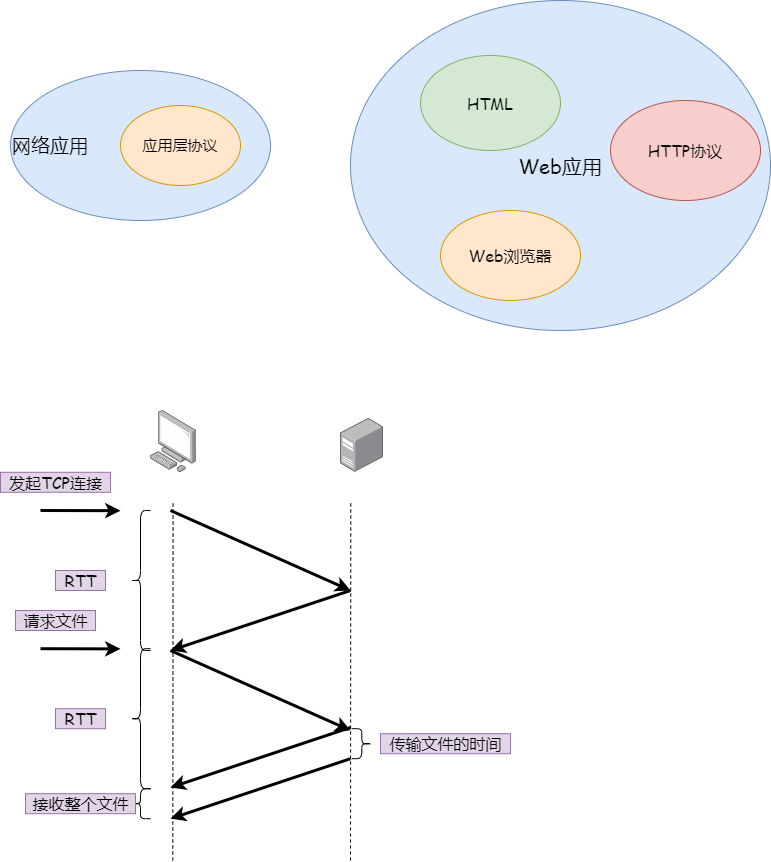
The draw.io diagram computer_network/应用层1.png in suchuhong/knowledgeImage, before a commit. Source tidied: cells renumbered, new cells last; positions are measured from the earlier drawing's top-left corner, leaving out a move shared by most shapes.
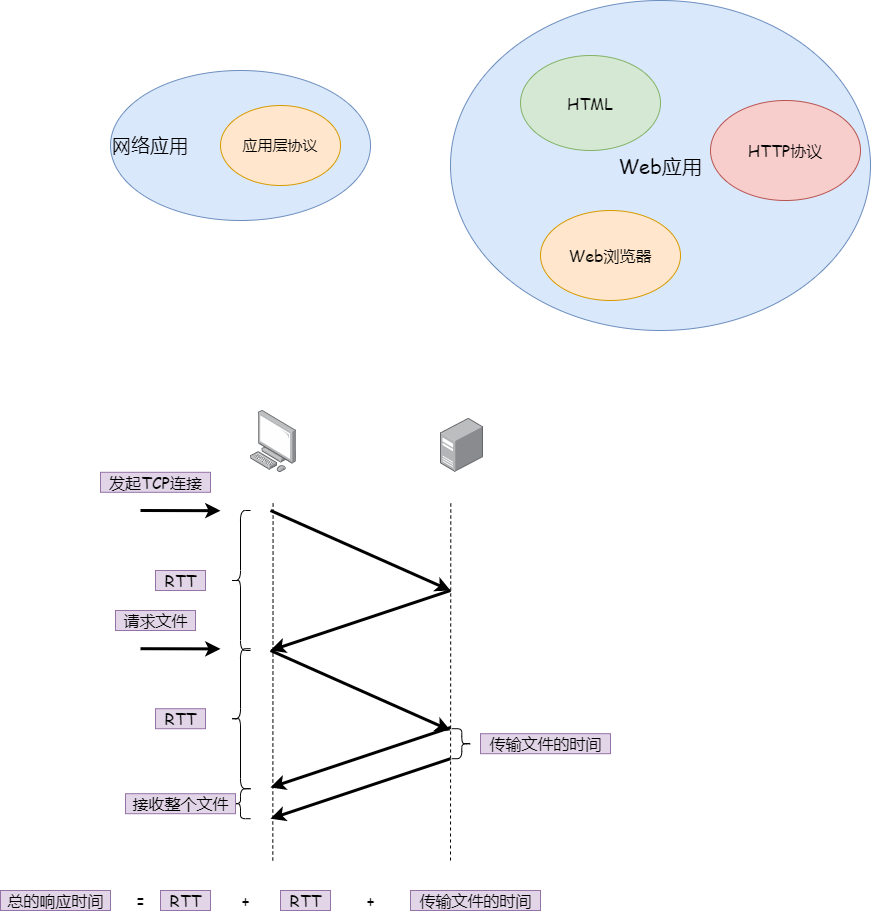
The same diagram one commit later.

Commit message:
更新应用层1.png

The edit, as a diff of the source:
```diff
@@ -110,5 +110,26 @@
     <mxCell id="28" value="&lt;font face=&quot;Comic Sans MS&quot; style=&quot;font-size: 16px&quot;&gt;传输文件的时间&lt;/font&gt;" style="text;html=1;align=center;verticalAlign=middle;fillColor=#e1d5e7;strokeColor=#9673a6;" parent="1" vertex="1">
       <mxGeometry x="380" y="733.2" width="130" height="20" as="geometry" />
     </mxCell>
+    <mxCell id="29" value="&lt;font face=&quot;Comic Sans MS&quot;&gt;&lt;span style=&quot;font-size: 16px&quot;&gt;总的响应时间&lt;/span&gt;&lt;/font&gt;" style="text;html=1;align=center;verticalAlign=middle;fillColor=#e1d5e7;strokeColor=#9673a6;" parent="1" vertex="1">
+      <mxGeometry x="-100" y="890" width="110" height="20" as="geometry" />
+    </mxCell>
+    <mxCell id="30" value="&lt;font face=&quot;Comic Sans MS&quot; style=&quot;font-size: 16px&quot;&gt;=&lt;/font&gt;" style="text;html=1;align=center;verticalAlign=middle;" parent="1" vertex="1">
+      <mxGeometry x="30" y="890" width="20" height="20" as="geometry" />
+    </mxCell>
+    <mxCell id="31" value="&lt;font face=&quot;Comic Sans MS&quot;&gt;&lt;span style=&quot;font-size: 16px&quot;&gt;RTT&lt;/span&gt;&lt;/font&gt;" style="text;html=1;align=center;verticalAlign=middle;fillColor=#e1d5e7;strokeColor=#9673a6;" parent="1" vertex="1">
+      <mxGeometry x="60" y="890" width="50" height="20" as="geometry" />
+    </mxCell>
+    <mxCell id="32" value="&lt;font face=&quot;Comic Sans MS&quot;&gt;&lt;span style=&quot;font-size: 16px&quot;&gt;RTT&lt;/span&gt;&lt;/font&gt;" style="text;html=1;align=center;verticalAlign=middle;fillColor=#e1d5e7;strokeColor=#9673a6;" parent="1" vertex="1">
+      <mxGeometry x="180" y="890" width="50" height="20" as="geometry" />
+    </mxCell>
+    <mxCell id="33" value="&lt;font face=&quot;Comic Sans MS&quot;&gt;&lt;span style=&quot;font-size: 16px&quot;&gt;传输文件的时间&lt;/span&gt;&lt;/font&gt;" style="text;html=1;align=center;verticalAlign=middle;fillColor=#e1d5e7;strokeColor=#9673a6;" parent="1" vertex="1">
+      <mxGeometry x="310" y="890" width="130" height="20" as="geometry" />
+    </mxCell>
+    <mxCell id="34" value="&lt;font face=&quot;Comic Sans MS&quot; style=&quot;font-size: 16px&quot;&gt;+&lt;br&gt;&lt;/font&gt;" style="text;html=1;align=center;verticalAlign=middle;" parent="1" vertex="1">
+      <mxGeometry x="135" y="890" width="20" height="20" as="geometry" />
+    </mxCell>
+    <mxCell id="35" value="&lt;font face=&quot;Comic Sans MS&quot; style=&quot;font-size: 16px&quot;&gt;+&lt;br&gt;&lt;/font&gt;" style="text;html=1;align=center;verticalAlign=middle;" parent="1" vertex="1">
+      <mxGeometry x="260" y="890" width="20" height="20" as="geometry" />
+    </mxCell>
   </root>
 </mxGraphModel>
```
